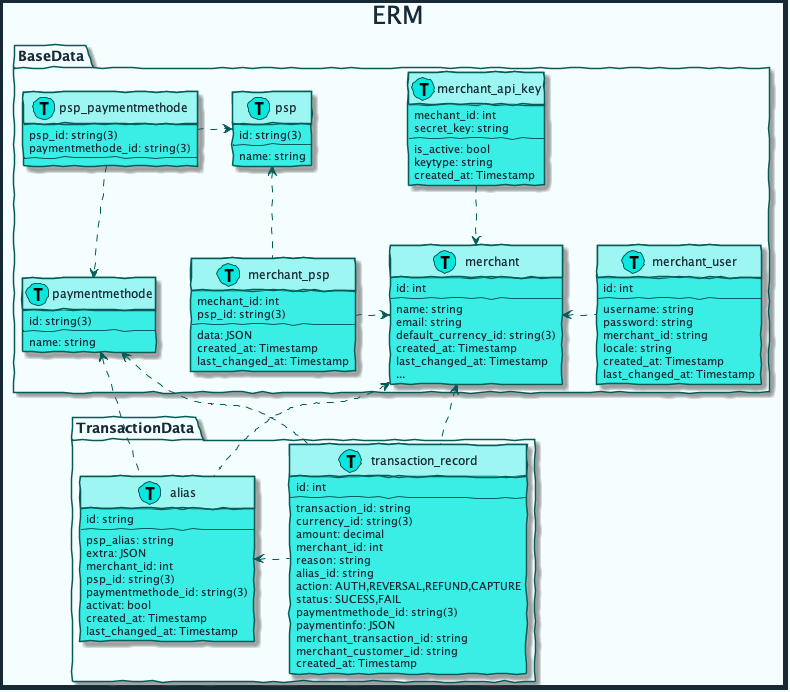
Before: diagrams/out/erm.png, a diagram exported from PlantUML (mobilabsolutions/stash-sdk-wiki).
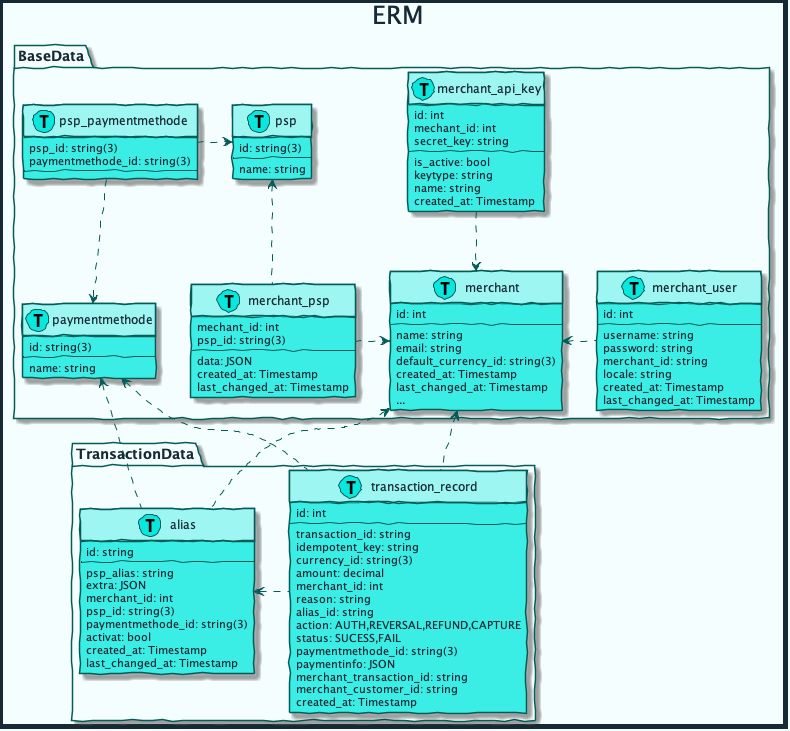
After the change.

Change to the diagram source:
```diff
@@ -78,11 +78,13 @@
     }
 
     class merchant_api_key << (T, #08E8DE) >>{
+        id: int
         mechant_id: int
         secret_key: string
         --
         is_active: bool
         keytype: string
+        name: string
         created_at: Timestamp
     }
 
@@ -132,6 +134,7 @@
         id: int
         --
         transaction_id: string
+        idempotent_key: string
         currency_id: string(3)
         amount: decimal
         merchant_id: int
```
